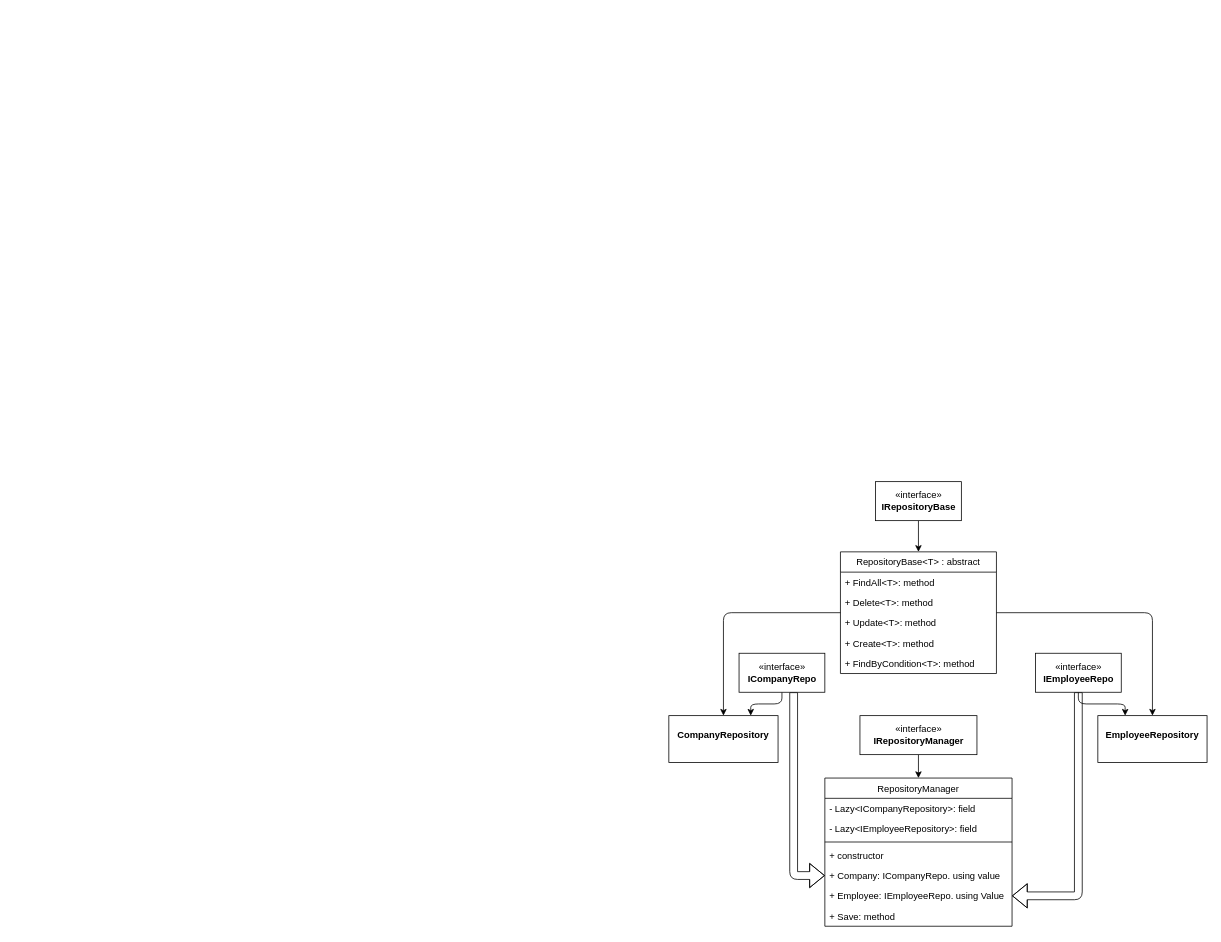
Before: Employees/uml.drawio in YoussefSherif10/Employees, a draw.io diagram. Source tidied: cells renumbered, new cells numbered last; positions are measured from the earlier drawing's top-left corner, leaving out a move shared by most shapes. Both pictures are drawn from the tidied source at 78%, with x=0, y=0 at pixel (668, 481).
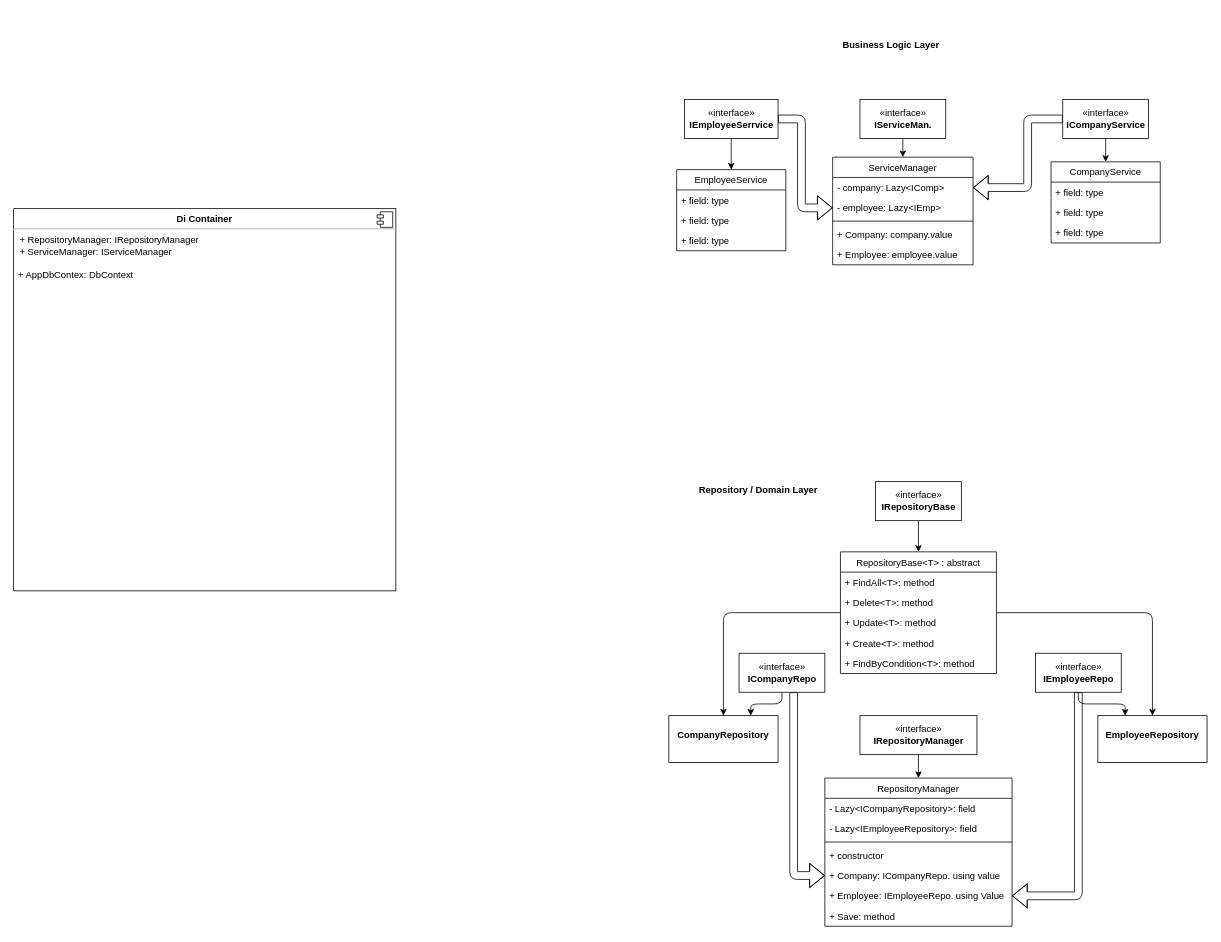
After the change.

The edit, as a diff of the source:
```diff
@@
+    <mxCell id="30" value="Repository / Domain Layer" style="text;align=center;fontStyle=1;verticalAlign=middle;spacingLeft=3;spacingRight=3;strokeColor=none;" parent="1" vertex="1">
+      <mxGeometry x="-10" y="-60" width="250" height="140" as="geometry" />
+    </mxCell>
+    <mxCell id="31" value="CompanyService" style="swimlane;fontStyle=0;horizontal=1;startSize=26;fillColor=none;" parent="1" vertex="1">
+      <mxGeometry x="490" y="-410" width="140" height="104" as="geometry" />
+    </mxCell>
+    <mxCell id="32" value="+ field: type" style="text;strokeColor=none;fillColor=none;align=left;verticalAlign=top;spacingLeft=4;spacingRight=4;overflow=hidden;" parent="31" vertex="1">
+      <mxGeometry y="26" width="140" height="26" as="geometry" />
+    </mxCell>
+    <mxCell id="33" value="+ field: type" style="text;strokeColor=none;fillColor=none;align=left;verticalAlign=top;spacingLeft=4;spacingRight=4;overflow=hidden;" parent="31" vertex="1">
+      <mxGeometry y="52" width="140" height="26" as="geometry" />
+    </mxCell>
+    <mxCell id="34" value="+ field: type" style="text;strokeColor=none;fillColor=none;align=left;verticalAlign=top;spacingLeft=4;spacingRight=4;overflow=hidden;" parent="31" vertex="1">
+      <mxGeometry y="78" width="140" height="26" as="geometry" />
+    </mxCell>
+    <mxCell id="35" style="edgeStyle=none;html=1;exitX=0.5;exitY=1;exitDx=0;exitDy=0;entryX=0.5;entryY=0;entryDx=0;entryDy=0;" parent="1" edge="1" source="37" target="31">
+      <mxGeometry relative="1" as="geometry" />
+    </mxCell>
+    <mxCell id="36" style="edgeStyle=orthogonalEdgeStyle;shape=flexArrow;curved=1;html=1;entryX=1;entryY=0.5;entryDx=0;entryDy=0;" parent="1" edge="1" source="37" target="46">
+      <mxGeometry relative="1" as="geometry">
+        <Array as="points">
+          <mxPoint x="460" y="-465" />
+          <mxPoint x="460" y="-377" />
+        </Array>
+      </mxGeometry>
+    </mxCell>
+    <mxCell id="37" value="«interface»&lt;br&gt;&lt;b&gt;ICompanyService&lt;/b&gt;" style="html=1;" parent="1" vertex="1">
+      <mxGeometry x="505" y="-490" width="110" height="50" as="geometry" />
+    </mxCell>
+    <mxCell id="38" style="edgeStyle=orthogonalEdgeStyle;html=1;exitX=0.5;exitY=1;exitDx=0;exitDy=0;entryX=0.5;entryY=0;entryDx=0;entryDy=0;" parent="1" edge="1" source="40" target="41">
+      <mxGeometry relative="1" as="geometry" />
+    </mxCell>
+    <mxCell id="39" style="edgeStyle=orthogonalEdgeStyle;shape=flexArrow;html=1;entryX=0;entryY=0.5;entryDx=0;entryDy=0;" parent="1" edge="1" source="40" target="47">
+      <mxGeometry relative="1" as="geometry">
+        <Array as="points">
+          <mxPoint x="170" y="-465" />
+          <mxPoint x="170" y="-351" />
+        </Array>
+      </mxGeometry>
+    </mxCell>
+    <mxCell id="40" value="«interface»&lt;br&gt;&lt;b&gt;IEmployeeSerrvice&lt;/b&gt;" style="html=1;" parent="1" vertex="1">
+      <mxGeometry x="20" y="-490" width="120" height="50" as="geometry" />
+    </mxCell>
+    <mxCell id="41" value="EmployeeService" style="swimlane;fontStyle=0;horizontal=1;startSize=26;fillColor=none;" parent="1" vertex="1">
+      <mxGeometry x="10" y="-400" width="140" height="104" as="geometry" />
+    </mxCell>
+    <mxCell id="42" value="+ field: type" style="text;strokeColor=none;fillColor=none;align=left;verticalAlign=top;spacingLeft=4;spacingRight=4;overflow=hidden;" parent="41" vertex="1">
+      <mxGeometry y="26" width="140" height="26" as="geometry" />
+    </mxCell>
+    <mxCell id="43" value="+ field: type" style="text;strokeColor=none;fillColor=none;align=left;verticalAlign=top;spacingLeft=4;spacingRight=4;overflow=hidden;" parent="41" vertex="1">
+      <mxGeometry y="52" width="140" height="26" as="geometry" />
+    </mxCell>
+    <mxCell id="44" value="+ field: type" style="text;strokeColor=none;fillColor=none;align=left;verticalAlign=top;spacingLeft=4;spacingRight=4;overflow=hidden;" parent="41" vertex="1">
+      <mxGeometry y="78" width="140" height="26" as="geometry" />
+    </mxCell>
+    <mxCell id="45" value="ServiceManager" style="swimlane;fontStyle=0;horizontal=1;startSize=26;fillColor=none;" parent="1" vertex="1">
+      <mxGeometry x="210" y="-416" width="180" height="138" as="geometry" />
+    </mxCell>
+    <mxCell id="46" value="- company: Lazy&lt;IComp&gt;" style="text;strokeColor=none;fillColor=none;align=left;verticalAlign=top;spacingLeft=4;spacingRight=4;overflow=hidden;points=[[0,0.5],[1,0.5]];portConstraint=eastwest;" parent="45" vertex="1">
+      <mxGeometry y="26" width="180" height="26" as="geometry" />
+    </mxCell>
+    <mxCell id="47" value="- employee: Lazy&lt;IEmp&gt;" style="text;strokeColor=none;fillColor=none;align=left;verticalAlign=top;spacingLeft=4;spacingRight=4;overflow=hidden;points=[[0,0.5],[1,0.5]];portConstraint=eastwest;" parent="45" vertex="1">
+      <mxGeometry y="52" width="180" height="26" as="geometry" />
+    </mxCell>
+    <mxCell id="48" style="line;strokeWidth=1;fillColor=none;align=left;verticalAlign=middle;spacingTop=-1;spacingLeft=3;spacingRight=3;labelPosition=right;strokeColor=inherit;" parent="45" vertex="1">
+      <mxGeometry y="78" width="180" height="8" as="geometry" />
+    </mxCell>
+    <mxCell id="49" value="+ Company: company.value" style="text;strokeColor=none;fillColor=none;align=left;verticalAlign=top;spacingLeft=4;spacingRight=4;overflow=hidden;" parent="45" vertex="1">
+      <mxGeometry y="86" width="180" height="26" as="geometry" />
+    </mxCell>
+    <mxCell id="50" value="+ Employee: employee.value" style="text;strokeColor=none;fillColor=none;align=left;verticalAlign=top;spacingLeft=4;spacingRight=4;overflow=hidden;" parent="45" vertex="1">
+      <mxGeometry y="112" width="180" height="26" as="geometry" />
+    </mxCell>
+    <mxCell id="51" style="edgeStyle=orthogonalEdgeStyle;html=1;exitX=0.5;exitY=1;exitDx=0;exitDy=0;entryX=0.5;entryY=0;entryDx=0;entryDy=0;" parent="1" edge="1" source="52" target="45">
+      <mxGeometry relative="1" as="geometry" />
+    </mxCell>
+    <mxCell id="52" value="«interface»&lt;br&gt;&lt;b&gt;IServiceMan.&lt;/b&gt;" style="html=1;" parent="1" vertex="1">
+      <mxGeometry x="245" y="-490" width="110" height="50" as="geometry" />
+    </mxCell>
+    <mxCell id="53" value="Business Logic Layer" style="text;align=center;fontStyle=1;verticalAlign=middle;spacingLeft=3;spacingRight=3;strokeColor=none;" parent="1" vertex="1">
+      <mxGeometry x="100" y="-600" width="370" height="80" as="geometry" />
+    </mxCell>
+    <mxCell id="54" value="&lt;p style=&quot;margin:0px;margin-top:6px;text-align:center;&quot;&gt;&lt;b&gt;Di Container&lt;/b&gt;&lt;/p&gt;&lt;hr&gt;&lt;p style=&quot;margin:0px;margin-left:8px;&quot;&gt;+ RepositoryManager: IRepositoryManager&lt;br&gt;+ ServiceManager: IServiceManager&lt;/p&gt;" style="align=left;overflow=fill;html=1;" parent="1" vertex="1">
+      <mxGeometry x="-840" y="-350" width="490" height="490" as="geometry" />
+    </mxCell>
+    <mxCell id="55" style="shape=component;jettyWidth=8;jettyHeight=4;" parent="54" vertex="1">
+      <mxGeometry x="1" width="20" height="20" relative="1" as="geometry">
+        <mxPoint x="-24" y="4" as="offset" />
+      </mxGeometry>
+    </mxCell>
+    <mxCell id="56" value="+ AppDbContex: DbContext" style="text;strokeColor=none;fillColor=none;align=left;verticalAlign=top;spacingLeft=4;spacingRight=4;overflow=hidden;" parent="1" vertex="1">
+      <mxGeometry x="-840" y="-278" width="240" height="26" as="geometry" />
+    </mxCell>
```
